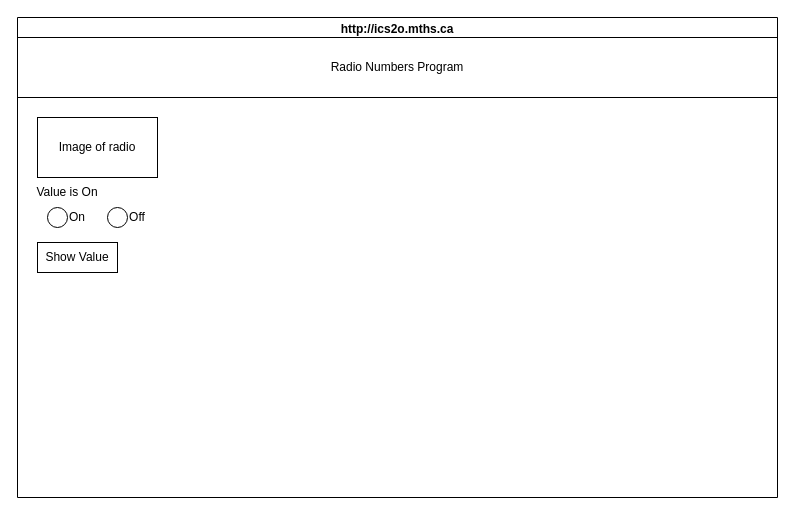
MTHS-ICS2O-2-2022/ICS2O-Unit-5-02-Yuri-Gabutero24 keeps this draw.io diagram as design/storyboard.drawio. Above is the earlier version. Source tidied: cells renumbered, new cells numbered last; positions are measured from the earlier drawing's top-left corner, leaving out a move shared by most shapes. Both pictures are drawn from the tidied source at 100%, with x=0, y=0 at pixel (17, 17).
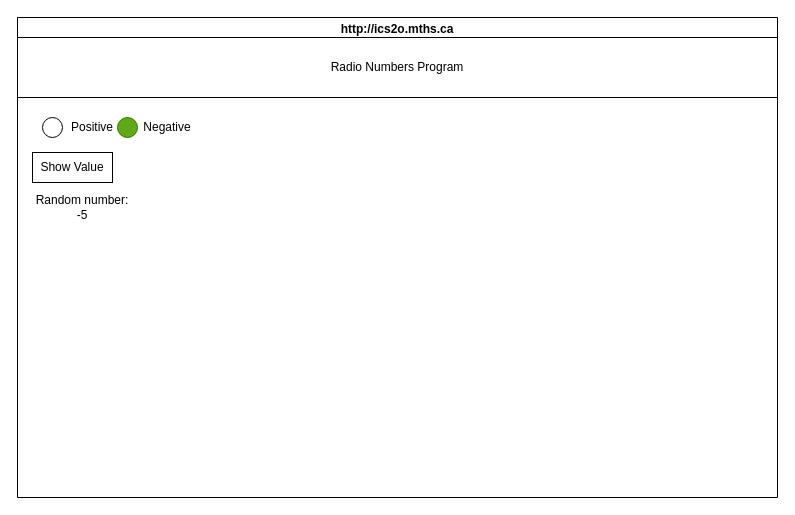
The same page after the edit.

Diff of the diagram source:
```diff
@@
 <mxGraphModel>
   <root>
     <mxCell id="0" />
     <mxCell id="1" parent="0" />
     <mxCell id="2" value="http://ics2o.mths.ca" style="swimlane;whiteSpace=wrap;html=1;" parent="1" vertex="1">
       <mxGeometry width="760" height="480" as="geometry" />
     </mxCell>
     <mxCell id="3" value="Radio Numbers Program" style="rounded=0;whiteSpace=wrap;html=1;" parent="2" vertex="1">
       <mxGeometry y="20" width="760" height="60" as="geometry" />
     </mxCell>
-    <mxCell id="4" value="Image of radio" style="rounded=0;whiteSpace=wrap;html=1;" parent="2" vertex="1">
-      <mxGeometry x="20" y="100" width="120" height="60" as="geometry" />
-    </mxCell>
-    <mxCell id="5" value="Value is On" style="text;html=1;strokeColor=none;fillColor=none;align=center;verticalAlign=middle;whiteSpace=wrap;rounded=0;" parent="2" vertex="1">
-      <mxGeometry y="150" width="100" height="50" as="geometry" />
+    <mxCell id="5" value="Random number: -5" style="text;html=1;strokeColor=none;fillColor=none;align=center;verticalAlign=middle;whiteSpace=wrap;rounded=0;" parent="2" vertex="1">
+      <mxGeometry x="15" y="165" width="100" height="50" as="geometry" />
     </mxCell>
     <mxCell id="6" style="ellipse;whiteSpace=wrap;html=1;" parent="2" vertex="1">
-      <mxGeometry x="30" y="190" width="20" height="20" as="geometry" />
+      <mxGeometry x="25" y="100" width="20" height="20" as="geometry" />
     </mxCell>
-    <mxCell id="7" value="On" style="text;html=1;strokeColor=none;fillColor=none;align=center;verticalAlign=middle;whiteSpace=wrap;rounded=0;" parent="2" vertex="1">
-      <mxGeometry x="50" y="190" width="20" height="20" as="geometry" />
+    <mxCell id="7" value="Positive" style="text;html=1;strokeColor=none;fillColor=none;align=center;verticalAlign=middle;whiteSpace=wrap;rounded=0;" parent="2" vertex="1">
+      <mxGeometry x="65" y="100" width="20" height="20" as="geometry" />
     </mxCell>
-    <mxCell id="8" value="Off" style="text;html=1;strokeColor=none;fillColor=none;align=center;verticalAlign=middle;whiteSpace=wrap;rounded=0;" parent="2" vertex="1">
-      <mxGeometry x="110" y="190" width="20" height="20" as="geometry" />
+    <mxCell id="8" value="Negative" style="text;html=1;strokeColor=none;fillColor=none;align=center;verticalAlign=middle;whiteSpace=wrap;rounded=0;" parent="2" vertex="1">
+      <mxGeometry x="140" y="100" width="20" height="20" as="geometry" />
     </mxCell>
-    <mxCell id="9" style="ellipse;whiteSpace=wrap;html=1;" parent="2" vertex="1">
-      <mxGeometry x="90" y="190" width="20" height="20" as="geometry" />
+    <mxCell id="9" style="ellipse;whiteSpace=wrap;html=1;fillColor=#60a917;fontColor=#ffffff;strokeColor=#2D7600;" parent="2" vertex="1">
+      <mxGeometry x="100" y="100" width="20" height="20" as="geometry" />
     </mxCell>
     <mxCell id="10" value="Show Value" style="rounded=0;whiteSpace=wrap;html=1;" parent="2" vertex="1">
-      <mxGeometry x="20" y="225" width="80" height="30" as="geometry" />
+      <mxGeometry x="15" y="135" width="80" height="30" as="geometry" />
     </mxCell>
   </root>
 </mxGraphModel>
```
